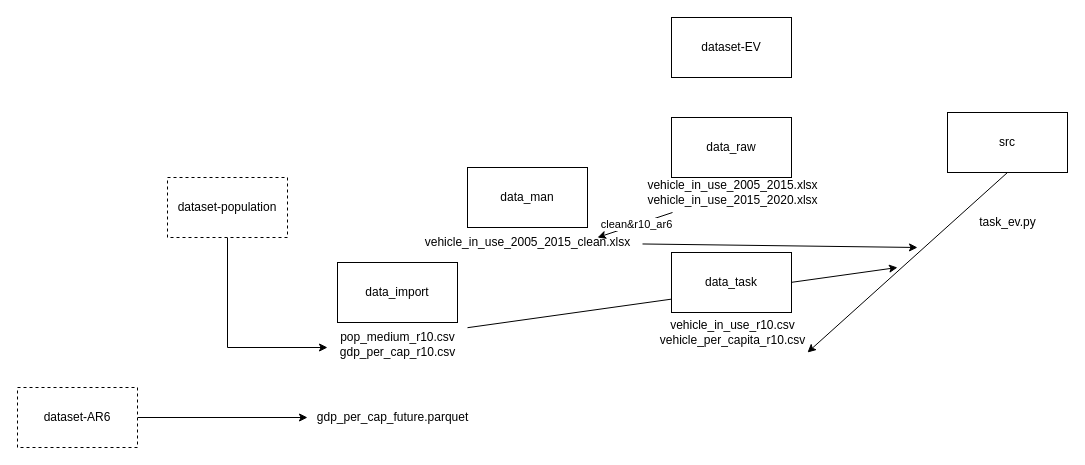
jenchen95/dataset-EV keeps this draw.io diagram as strucutre.drawio. Above is the earlier version. Source tidied: cells renumbered, new cells numbered last; positions are measured from the earlier drawing's top-left corner, leaving out a move shared by most shapes. Both pictures are drawn from the tidied source at 100%, with x=0, y=0 at pixel (17, 17).
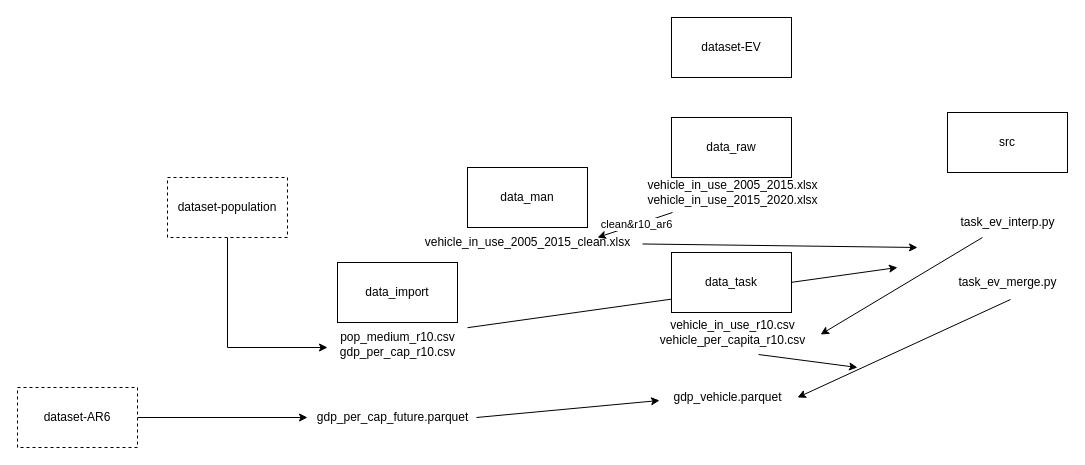
Above is the later version.

Commit message (it also covers changes not shown here):
[fix] year mismatch between (gdp) and (vehicle and population)

The change refers to these unchanged cells:
```xml
<mxCell id="12" value="src" style="rounded=0;whiteSpace=wrap;html=1;" parent="1" vertex="1">
  <mxGeometry x="930" y="95" width="120" height="60" as="geometry" />
</mxCell>
<mxCell id="15" value="vehicle_in_use_r10.csv&lt;br&gt;vehicle_per_capita_r10.csv" style="text;html=1;align=center;verticalAlign=middle;points=[];strokeColor=none;fillColor=none;" parent="1" vertex="1">
  <mxGeometry x="630" y="295" width="170" height="40" as="geometry" />
</mxCell>
<mxCell id="23" value="gdp_per_cap_future.parquet" style="text;html=1;align=center;verticalAlign=middle;points=[];strokeColor=none;fillColor=none;" parent="1" vertex="1">
  <mxGeometry x="290" y="385" width="170" height="30" as="geometry" />
</mxCell>
```

Change to the diagram source:
```diff
@@
-    <mxCell id="13" value="task_ev.py" style="text;html=1;align=center;verticalAlign=middle;points=[];strokeColor=none;fillColor=none;" parent="1" vertex="1">
-      <mxGeometry x="950" y="190" width="80" height="30" as="geometry" />
+    <mxCell id="13" value="task_ev_interp.py" style="text;html=1;align=center;verticalAlign=middle;points=[];strokeColor=none;fillColor=none;" parent="1" vertex="1">
+      <mxGeometry x="930" y="190" width="120" height="30" as="geometry" />
     </mxCell>
-    <mxCell id="14" style="endArrow=classic;html=1;rounded=0;exitX=0.5;exitY=1;exitDx=0;exitDy=0;" parent="1" edge="1" source="12">
-      <mxGeometry relative="1" as="geometry">
-        <mxPoint x="790" y="335" as="targetPoint" />
-      </mxGeometry>
+    <mxCell id="14" style="endArrow=classic;html=1;rounded=0;entryX=1.018;entryY=0.55;entryDx=0;entryDy=0;entryPerimeter=0;" parent="1" edge="1" source="13" target="15">
+      <mxGeometry relative="1" as="geometry" />
     </mxCell>
@@
+    <mxCell id="24" value="task_ev_merge.py" style="text;html=1;align=center;verticalAlign=middle;points=[];strokeColor=none;fillColor=none;" parent="1" vertex="1">
+      <mxGeometry x="930" y="250" width="120" height="30" as="geometry" />
+    </mxCell>
+    <mxCell id="25" style="endArrow=classic;html=1;rounded=0;exitX=0.994;exitY=0.5;exitDx=0;exitDy=0;exitPerimeter=0;entryX=-0.023;entryY=0.6;entryDx=0;entryDy=0;entryPerimeter=0;" parent="1" edge="1" source="23" target="27">
+      <mxGeometry relative="1" as="geometry" />
+    </mxCell>
+    <mxCell id="26" style="endArrow=classic;html=1;rounded=0;exitX=0.525;exitY=1.067;exitDx=0;exitDy=0;exitPerimeter=0;" parent="1" edge="1" source="24">
+      <mxGeometry relative="1" as="geometry">
+        <mxPoint x="780" y="380" as="targetPoint" />
+      </mxGeometry>
+    </mxCell>
+    <mxCell id="27" value="gdp_vehicle.parquet" style="text;html=1;align=center;verticalAlign=middle;points=[];strokeColor=none;fillColor=none;" parent="1" vertex="1">
+      <mxGeometry x="645" y="365" width="130" height="30" as="geometry" />
+    </mxCell>
+    <mxCell id="28" style="endArrow=classic;html=1;rounded=0;exitX=0.653;exitY=1.05;exitDx=0;exitDy=0;exitPerimeter=0;" parent="1" edge="1" source="15">
+      <mxGeometry relative="1" as="geometry">
+        <mxPoint x="840" y="350" as="targetPoint" />
+      </mxGeometry>
+    </mxCell>
```
